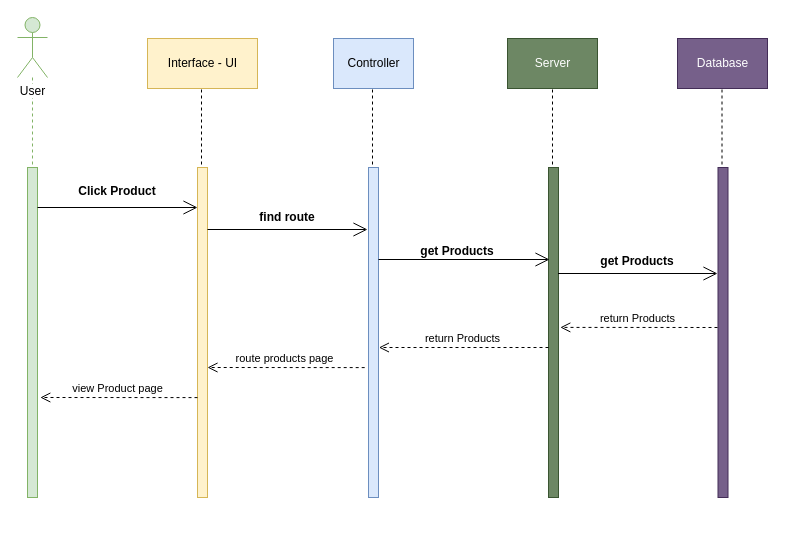
duyphuong403/PetCare keeps this draw.io diagram as page "Product" (2 of 3) of Guest-sequence.drawio. Above is the earlier version. Source tidied: cells renumbered, new cells numbered last; positions are measured from the earlier drawing's top-left corner, leaving out a move shared by most shapes. Both pictures are drawn from the tidied source at 100%, with x=0, y=0 at pixel (17, 17).
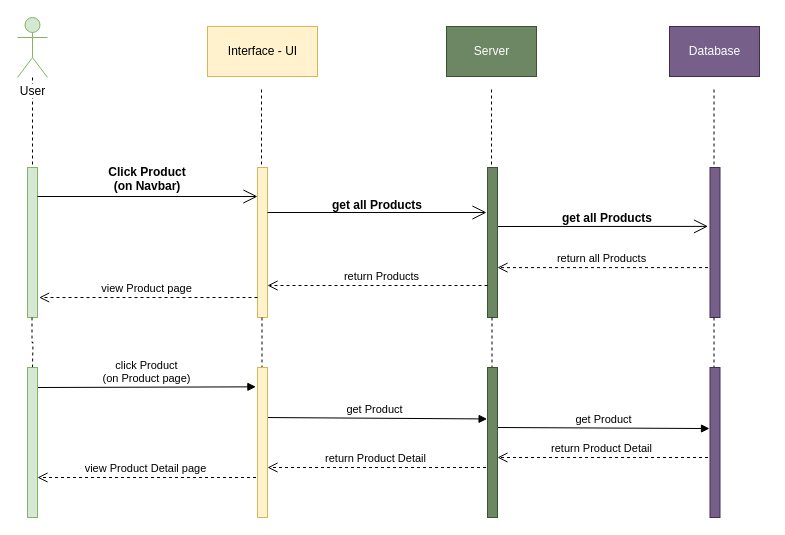
After the change.

Unchanged cells that the change refers to:
```xml
<mxCell id="3" value="User" style="shape=umlActor;verticalLabelPosition=bottom;labelBackgroundColor=#ffffff;verticalAlign=top;html=1;fillColor=#d5e8d4;strokeColor=#82b366;" parent="1" vertex="1">
  <mxGeometry width="30" height="60" as="geometry" />
</mxCell>
```

What changed in the source:
```diff
@@
-    <mxCell id="2" style="edgeStyle=orthogonalEdgeStyle;rounded=0;jettySize=auto;html=1;dashed=1;endArrow=none;endFill=0;fillColor=#d5e8d4;strokeColor=#82b366;" parent="1" edge="1" source="3" target="4">
+    <mxCell id="2" style="edgeStyle=orthogonalEdgeStyle;rounded=0;jettySize=auto;html=1;dashed=1;endArrow=none;endFill=0;fillColor=#d5e8d4;strokeColor=#000000;" parent="1" edge="1" source="3" target="4">
       <mxGeometry relative="1" as="geometry" />
     </mxCell>
@@
     <mxCell id="4" style="html=1;points=[];perimeter=orthogonalPerimeter;fillColor=#d5e8d4;strokeColor=#82b366;" parent="1" vertex="1">
-      <mxGeometry x="10" y="150" width="10" height="330" as="geometry" />
+      <mxGeometry x="10" y="150" width="10" height="150" as="geometry" />
     </mxCell>
     <mxCell id="5" style="edgeStyle=orthogonalEdgeStyle;rounded=0;orthogonalLoop=1;jettySize=auto;html=1;dashed=1;endArrow=none;endFill=0;" parent="1" edge="1">
       <mxGeometry relative="1" as="geometry">
-        <mxPoint x="184" y="72" as="sourcePoint" />
-        <mxPoint x="184" y="152" as="targetPoint" />
+        <mxPoint x="244" y="72" as="sourcePoint" />
+        <mxPoint x="244" y="152" as="targetPoint" />
       </mxGeometry>
     </mxCell>
     <mxCell id="6" value="Interface - UI" style="html=1;fillColor=#fff2cc;strokeColor=#d6b656;" parent="1" vertex="1">
-      <mxGeometry x="130" y="21" width="110" height="50" as="geometry" />
+      <mxGeometry x="190" y="9" width="110" height="50" as="geometry" />
     </mxCell>
     <mxCell id="7" style="html=1;points=[];perimeter=orthogonalPerimeter;fillColor=#fff2cc;strokeColor=#d6b656;" parent="1" vertex="1">
-      <mxGeometry x="180" y="150" width="10" height="330" as="geometry" />
+      <mxGeometry x="240" y="150" width="10" height="150" as="geometry" />
     </mxCell>
-    <mxCell id="8" style="endArrow=open;endFill=1;endSize=12;html=1;" parent="1" edge="1" source="4">
+    <mxCell id="8" style="endArrow=open;endFill=1;endSize=12;html=1;" parent="1" edge="1" target="7">
       <mxGeometry relative="1" as="geometry">
-        <mxPoint x="180" y="190" as="targetPoint" />
+        <mxPoint x="20" y="179" as="sourcePoint" />
       </mxGeometry>
     </mxCell>
-    <mxCell id="9" value="Click Product" style="text;align=center;fontStyle=1;verticalAlign=middle;spacingLeft=3;spacingRight=3;strokeColor=none;" parent="1" vertex="1">
-      <mxGeometry x="60" y="160" width="80" height="26" as="geometry" />
+    <mxCell id="9" value="Click Product&#10;(on Navbar)" style="text;align=center;fontStyle=1;verticalAlign=middle;spacingLeft=3;spacingRight=3;strokeColor=none;" parent="1" vertex="1">
+      <mxGeometry x="90" y="148" width="80" height="26" as="geometry" />
     </mxCell>
-    <mxCell id="10" value="Controller" style="html=1;fillColor=#dae8fc;strokeColor=#6c8ebf;verticalAlign=middle;" parent="1" vertex="1">
-      <mxGeometry x="316" y="21" width="80" height="50" as="geometry" />
-    </mxCell>
-    <mxCell id="11" style="edgeStyle=orthogonalEdgeStyle;rounded=0;orthogonalLoop=1;jettySize=auto;html=1;dashed=1;endArrow=none;endFill=0;fillColor=#dae8fc;strokeColor=#000000;" parent="1" edge="1">
-      <mxGeometry relative="1" as="geometry">
-        <mxPoint x="355" y="72" as="sourcePoint" />
-        <mxPoint x="355" y="152" as="targetPoint" />
-      </mxGeometry>
-    </mxCell>
-    <mxCell id="12" style="html=1;perimeter=orthogonalPerimeter;fillColor=#dae8fc;strokeColor=#6c8ebf;" parent="1" vertex="1">
-      <mxGeometry x="351" y="150" width="10" height="330" as="geometry" />
-    </mxCell>
-    <mxCell id="13" style="endArrow=open;endFill=1;endSize=12;html=1;" parent="1" edge="1">
-      <mxGeometry relative="1" as="geometry">
-        <mxPoint x="190" y="212" as="sourcePoint" />
-        <mxPoint x="350" y="212" as="targetPoint" />
-      </mxGeometry>
-    </mxCell>
-    <mxCell id="14" value="find route" style="text;align=center;fontStyle=1;verticalAlign=middle;spacingLeft=3;spacingRight=3;strokeColor=none;" parent="1" vertex="1">
-      <mxGeometry x="230" y="186" width="80" height="26" as="geometry" />
-    </mxCell>
     <mxCell id="15" value="Server" style="html=1;fillColor=#6d8764;strokeColor=#3A5431;verticalAlign=middle;fontColor=#ffffff;" parent="1" vertex="1">
-      <mxGeometry x="490" y="21" width="90" height="50" as="geometry" />
+      <mxGeometry x="429" y="9" width="90" height="50" as="geometry" />
     </mxCell>
     <mxCell id="16" style="edgeStyle=orthogonalEdgeStyle;rounded=0;orthogonalLoop=1;jettySize=auto;html=1;dashed=1;endArrow=none;endFill=0;fillColor=#dae8fc;strokeColor=#000000;" parent="1" edge="1">
       <mxGeometry relative="1" as="geometry">
-        <mxPoint x="535" y="72" as="sourcePoint" />
-        <mxPoint x="535" y="152" as="targetPoint" />
+        <mxPoint x="474" y="72" as="sourcePoint" />
+        <mxPoint x="474" y="152" as="targetPoint" />
       </mxGeometry>
     </mxCell>
     <mxCell id="17" style="html=1;points=[];perimeter=orthogonalPerimeter;fillColor=#6d8764;strokeColor=#3A5431;fontColor=#ffffff;" parent="1" vertex="1">
-      <mxGeometry x="531" y="150" width="10" height="330" as="geometry" />
+      <mxGeometry x="470" y="150" width="10" height="150" as="geometry" />
     </mxCell>
     <mxCell id="18" style="endArrow=open;endFill=1;endSize=12;html=1;" parent="1" edge="1">
       <mxGeometry relative="1" as="geometry">
-        <mxPoint x="361" y="242" as="sourcePoint" />
-        <mxPoint x="532" y="242" as="targetPoint" />
+        <mxPoint x="250" y="195" as="sourcePoint" />
+        <mxPoint x="469" y="195" as="targetPoint" />
       </mxGeometry>
     </mxCell>
     <mxCell id="19" style="edgeStyle=orthogonalEdgeStyle;rounded=0;orthogonalLoop=1;jettySize=auto;html=1;dashed=1;endArrow=none;endFill=0;fillColor=#dae8fc;strokeColor=#000000;" parent="1" edge="1">
       <mxGeometry relative="1" as="geometry">
-        <mxPoint x="704.5" y="72" as="sourcePoint" />
-        <mxPoint x="704.5" y="152" as="targetPoint" />
+        <mxPoint x="696.5" y="72" as="sourcePoint" />
+        <mxPoint x="696.5" y="152" as="targetPoint" />
       </mxGeometry>
     </mxCell>
     <mxCell id="20" style="html=1;perimeter=orthogonalPerimeter;fillColor=#76608a;strokeColor=#432D57;fontColor=#ffffff;" parent="1" vertex="1">
-      <mxGeometry x="700.5" y="150" width="10" height="330" as="geometry" />
+      <mxGeometry x="692.5" y="150" width="10" height="150" as="geometry" />
     </mxCell>
     <mxCell id="21" value="Database" style="html=1;fillColor=#76608a;strokeColor=#432D57;verticalAlign=middle;fontColor=#ffffff;" parent="1" vertex="1">
-      <mxGeometry x="660" y="21" width="90" height="50" as="geometry" />
+      <mxGeometry x="652" y="9" width="90" height="50" as="geometry" />
     </mxCell>
-    <mxCell id="22" style="endArrow=open;endFill=1;endSize=12;html=1;" parent="1" edge="1">
+    <mxCell id="22" style="endArrow=open;endFill=1;endSize=12;html=1;entryX=-0.05;entryY=0.23;entryDx=0;entryDy=0;entryPerimeter=0;" parent="1" edge="1">
       <mxGeometry relative="1" as="geometry">
-        <mxPoint x="540.5" y="256" as="sourcePoint" />
-        <mxPoint x="700" y="256" as="targetPoint" />
+        <mxPoint x="480.5" y="209" as="sourcePoint" />
+        <mxPoint x="690.5" y="208.9" as="targetPoint" />
       </mxGeometry>
     </mxCell>
-    <mxCell id="23" value="get Products" style="text;align=center;fontStyle=1;verticalAlign=middle;spacingLeft=3;spacingRight=3;strokeColor=none;" parent="1" vertex="1">
-      <mxGeometry x="400" y="220" width="80" height="26" as="geometry" />
+    <mxCell id="23" value="get all Products" style="text;align=center;fontStyle=1;verticalAlign=middle;spacingLeft=3;spacingRight=3;strokeColor=none;" parent="1" vertex="1">
+      <mxGeometry x="320" y="174" width="80" height="26" as="geometry" />
     </mxCell>
-    <mxCell id="24" value="get Products" style="text;align=center;fontStyle=1;verticalAlign=middle;spacingLeft=3;spacingRight=3;strokeColor=none;" parent="1" vertex="1">
-      <mxGeometry x="580" y="230" width="80" height="26" as="geometry" />
+    <mxCell id="24" value="get all Products" style="text;align=center;fontStyle=1;verticalAlign=middle;spacingLeft=3;spacingRight=3;strokeColor=none;" parent="1" vertex="1">
+      <mxGeometry x="550" y="187" width="80" height="26" as="geometry" />
     </mxCell>
-    <mxCell id="25" value="return Products" style="html=1;verticalAlign=bottom;endArrow=open;dashed=1;endSize=8;strokeColor=#000000;entryX=1.18;entryY=0.521;entryDx=0;entryDy=0;entryPerimeter=0;" parent="1" edge="1">
+    <mxCell id="25" value="return all Products" style="html=1;verticalAlign=bottom;endArrow=open;dashed=1;endSize=8;strokeColor=#000000;" parent="1" edge="1" target="17">
       <mxGeometry x="0.02" relative="1" as="geometry">
-        <mxPoint x="700" y="310" as="sourcePoint" />
-        <mxPoint x="542.8" y="309.9" as="targetPoint" />
+        <mxPoint x="690.5" y="250.1" as="sourcePoint" />
       </mxGeometry>
     </mxCell>
-    <mxCell id="26" value="return Products" style="html=1;verticalAlign=bottom;endArrow=open;dashed=1;endSize=8;strokeColor=#000000;entryX=1.18;entryY=0.521;entryDx=0;entryDy=0;entryPerimeter=0;" parent="1" edge="1" source="17">
-      <mxGeometry x="0.02" relative="1" as="geometry">
-        <mxPoint x="361.4" y="330" as="targetPoint" />
+    <mxCell id="26" value="return Products" style="html=1;verticalAlign=bottom;endArrow=open;dashed=1;endSize=8;strokeColor=#000000;" parent="1" edge="1" target="7">
+      <mxGeometry x="-0.04" relative="1" as="geometry">
+        <mxPoint x="470" y="268" as="sourcePoint" />
       </mxGeometry>
     </mxCell>
-    <mxCell id="27" value="route products page" style="html=1;verticalAlign=bottom;endArrow=open;dashed=1;endSize=8;strokeColor=#000000;entryX=1.18;entryY=0.521;entryDx=0;entryDy=0;entryPerimeter=0;" parent="1" edge="1">
-      <mxGeometry x="0.02" relative="1" as="geometry">
-        <mxPoint x="347.2" y="350.1" as="sourcePoint" />
-        <mxPoint x="190" y="350" as="targetPoint" />
-      </mxGeometry>
-    </mxCell>
-    <mxCell id="28" value="view Product page" style="html=1;verticalAlign=bottom;endArrow=open;dashed=1;endSize=8;strokeColor=#000000;entryX=1.18;entryY=0.521;entryDx=0;entryDy=0;entryPerimeter=0;" parent="1" edge="1">
+    <mxCell id="28" value="view Product page" style="html=1;verticalAlign=bottom;endArrow=open;dashed=1;endSize=8;strokeColor=#000000;exitX=-0.16;exitY=0.388;exitDx=0;exitDy=0;exitPerimeter=0;" parent="1" edge="1">
       <mxGeometry x="0.02" relative="1" as="geometry">
-        <mxPoint x="180" y="380.1" as="sourcePoint" />
-        <mxPoint x="22.8" y="380" as="targetPoint" />
+        <mxPoint x="240" y="280" as="sourcePoint" />
+        <mxPoint x="21.6" y="280" as="targetPoint" />
       </mxGeometry>
     </mxCell>
+    <mxCell id="29" value="click Product&lt;br&gt;(on Product page)" style="html=1;verticalAlign=bottom;endArrow=block;strokeColor=#000000;entryX=-0.16;entryY=0.129;entryDx=0;entryDy=0;entryPerimeter=0;" parent="1" edge="1" target="38">
+      <mxGeometry relative="1" as="geometry">
+        <mxPoint x="20" y="370" as="sourcePoint" />
+      </mxGeometry>
+    </mxCell>
+    <mxCell id="30" value="get Product" style="html=1;verticalAlign=bottom;endArrow=block;strokeColor=#000000;entryX=-0.04;entryY=0.343;entryDx=0;entryDy=0;entryPerimeter=0;" parent="1" edge="1" target="37">
+      <mxGeometry relative="1" as="geometry">
+        <mxPoint x="245" y="400" as="sourcePoint" />
+      </mxGeometry>
+    </mxCell>
+    <mxCell id="31" value="get Product" style="html=1;verticalAlign=bottom;endArrow=block;strokeColor=#000000;entryX=-0.05;entryY=0.407;entryDx=0;entryDy=0;entryPerimeter=0;" parent="1" edge="1" target="36">
+      <mxGeometry relative="1" as="geometry">
+        <mxPoint x="480" y="410" as="sourcePoint" />
+      </mxGeometry>
+    </mxCell>
+    <mxCell id="32" style="edgeStyle=orthogonalEdgeStyle;rounded=0;jettySize=auto;html=1;dashed=1;endArrow=none;endFill=0;fillColor=#d5e8d4;strokeColor=#000000;exitX=0.45;exitY=1;exitDx=0;exitDy=0;exitPerimeter=0;" parent="1" edge="1" source="4">
+      <mxGeometry relative="1" as="geometry">
+        <mxPoint x="15" y="350" as="targetPoint" />
+      </mxGeometry>
+    </mxCell>
+    <mxCell id="33" style="edgeStyle=orthogonalEdgeStyle;rounded=0;orthogonalLoop=1;jettySize=auto;html=1;dashed=1;endArrow=none;endFill=0;fillColor=#d5e8d4;strokeColor=#000000;exitX=0.45;exitY=1;exitDx=0;exitDy=0;exitPerimeter=0;" parent="1" edge="1">
+      <mxGeometry relative="1" as="geometry">
+        <mxPoint x="244.5" y="300" as="sourcePoint" />
+        <mxPoint x="244.5" y="350" as="targetPoint" />
+      </mxGeometry>
+    </mxCell>
+    <mxCell id="34" style="edgeStyle=orthogonalEdgeStyle;rounded=0;orthogonalLoop=1;jettySize=auto;html=1;dashed=1;endArrow=none;endFill=0;fillColor=#d5e8d4;strokeColor=#000000;exitX=0.45;exitY=1;exitDx=0;exitDy=0;exitPerimeter=0;" parent="1" edge="1">
+      <mxGeometry relative="1" as="geometry">
+        <mxPoint x="474.5" y="300" as="sourcePoint" />
+        <mxPoint x="474.5" y="350" as="targetPoint" />
+      </mxGeometry>
+    </mxCell>
+    <mxCell id="35" style="edgeStyle=orthogonalEdgeStyle;rounded=0;orthogonalLoop=1;jettySize=auto;html=1;dashed=1;endArrow=none;endFill=0;fillColor=#d5e8d4;strokeColor=#000000;exitX=0.45;exitY=1;exitDx=0;exitDy=0;exitPerimeter=0;" parent="1" edge="1">
+      <mxGeometry relative="1" as="geometry">
+        <mxPoint x="696.5" y="300" as="sourcePoint" />
+        <mxPoint x="696.5" y="350" as="targetPoint" />
+      </mxGeometry>
+    </mxCell>
+    <mxCell id="36" style="html=1;points=[];perimeter=orthogonalPerimeter;fillColor=#76608a;strokeColor=#432D57;fontColor=#ffffff;" parent="1" vertex="1">
+      <mxGeometry x="692.5" y="350" width="10" height="150" as="geometry" />
+    </mxCell>
+    <mxCell id="37" style="html=1;points=[];perimeter=orthogonalPerimeter;fillColor=#6d8764;strokeColor=#3A5431;fontColor=#ffffff;" parent="1" vertex="1">
+      <mxGeometry x="470" y="350" width="10" height="150" as="geometry" />
+    </mxCell>
+    <mxCell id="38" style="html=1;points=[];perimeter=orthogonalPerimeter;fillColor=#fff2cc;strokeColor=#d6b656;" parent="1" vertex="1">
+      <mxGeometry x="240" y="350" width="10" height="150" as="geometry" />
+    </mxCell>
+    <mxCell id="39" style="html=1;perimeter=orthogonalPerimeter;fillColor=#d5e8d4;strokeColor=#82b366;" parent="1" vertex="1">
+      <mxGeometry x="10" y="350" width="10" height="150" as="geometry" />
+    </mxCell>
+    <mxCell id="40" value="return Product Detail" style="html=1;verticalAlign=bottom;endArrow=open;dashed=1;endSize=8;strokeColor=#000000;" parent="1" edge="1">
+      <mxGeometry x="0.02" relative="1" as="geometry">
+        <mxPoint x="690.5" y="440" as="sourcePoint" />
+        <mxPoint x="480" y="440" as="targetPoint" />
+      </mxGeometry>
+    </mxCell>
+    <mxCell id="41" value="return Product Detail" style="html=1;verticalAlign=bottom;endArrow=open;dashed=1;endSize=8;strokeColor=#000000;" parent="1" edge="1" target="38">
+      <mxGeometry x="0.02" relative="1" as="geometry">
+        <mxPoint x="468.5" y="450" as="sourcePoint" />
+      </mxGeometry>
+    </mxCell>
+    <mxCell id="42" value="view Product Detail page" style="html=1;verticalAlign=bottom;endArrow=open;dashed=1;endSize=8;strokeColor=#000000;" parent="1" edge="1">
+      <mxGeometry x="0.02" relative="1" as="geometry">
+        <mxPoint x="238.5" y="460" as="sourcePoint" />
+        <mxPoint x="20" y="460" as="targetPoint" />
+      </mxGeometry>
+    </mxCell>
```
